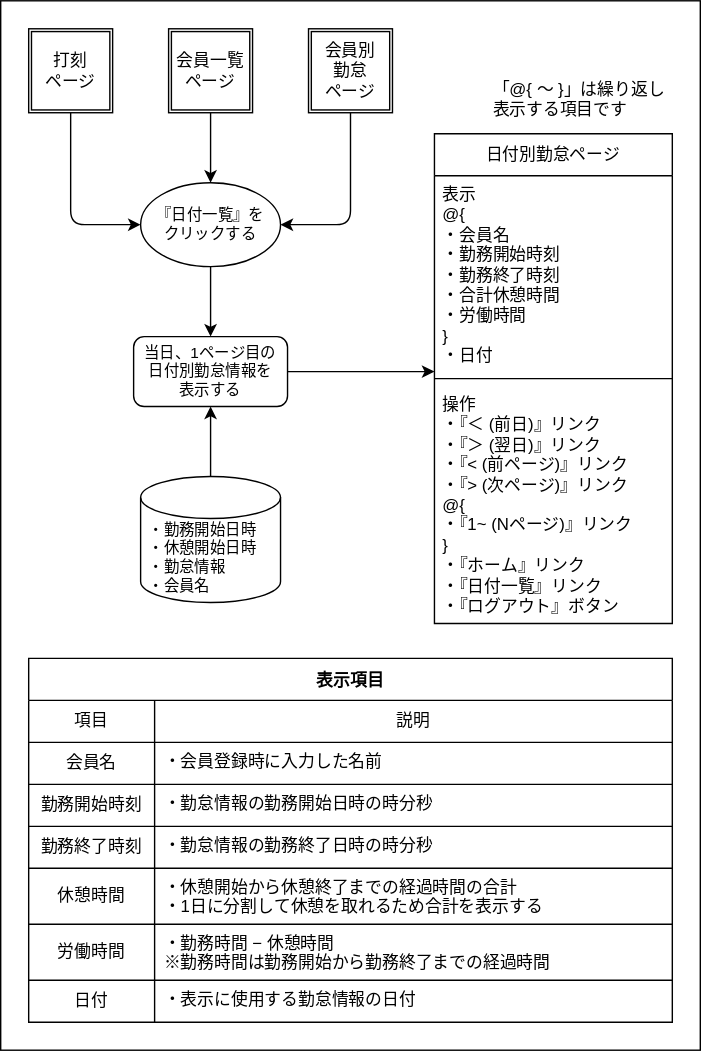
This is doc/画面遷移図/日付別勤怠ページ/日付別勤怠ページ.drawio.svg from ryamao/atte, a draw.io export, as it was before one commit. Source tidied: cells renumbered, new cells last; positions are measured from the earlier drawing's top-left corner, leaving out a move shared by most shapes.
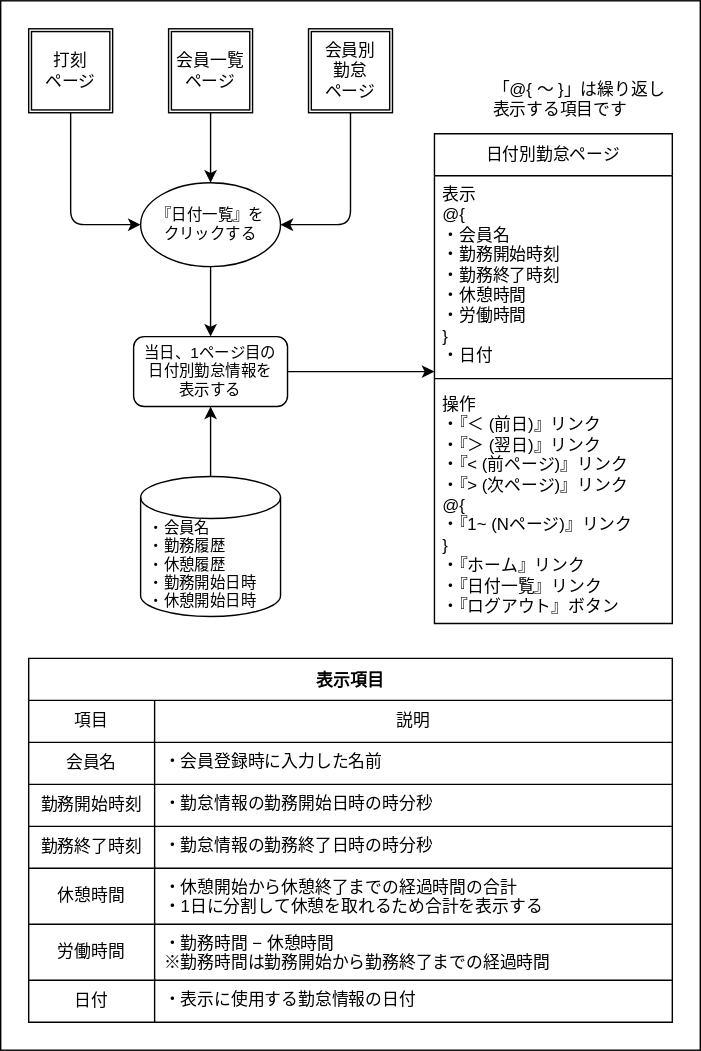
The same diagram one commit later.

The edit, as a diff of the source:
```diff
@@ -11,7 +11,7 @@
     <mxCell id="4" value="日付別勤怠ページ" style="swimlane;fontStyle=0;horizontal=1;startSize=30;whiteSpace=wrap;html=1;" parent="1" vertex="1">
       <mxGeometry x="310" y="95" width="170" height="350" as="geometry" />
     </mxCell>
-    <mxCell id="5" value="表示&lt;br&gt;@{&lt;br&gt;　・会員名&lt;br&gt;　・勤務開始時刻&lt;br&gt;　・勤務終了時刻&lt;br&gt;　・合計休憩時間&lt;br&gt;　・労働時間&lt;br&gt;}&lt;br&gt;・日付" style="text;strokeColor=none;fillColor=none;align=left;verticalAlign=top;spacingLeft=4;spacingRight=4;overflow=hidden;portConstraint=eastwest;whiteSpace=wrap;html=1;" parent="4" vertex="1">
+    <mxCell id="5" value="表示&lt;br&gt;@{&lt;br&gt;　・会員名&lt;br&gt;　・勤務開始時刻&lt;br&gt;　・勤務終了時刻&lt;br&gt;　・休憩時間&lt;br&gt;　・労働時間&lt;br&gt;}&lt;br&gt;・日付" style="text;strokeColor=none;fillColor=none;align=left;verticalAlign=top;spacingLeft=4;spacingRight=4;overflow=hidden;portConstraint=eastwest;whiteSpace=wrap;html=1;" parent="4" vertex="1">
       <mxGeometry y="30" width="170" height="140" as="geometry" />
     </mxCell>
     <mxCell id="6" style="line;strokeWidth=1;html=1;" parent="4" vertex="1">
@@ -92,8 +92,8 @@
     <mxCell id="31" style="edgeStyle=none;html=1;exitX=0.5;exitY=0;exitDx=0;exitDy=0;exitPerimeter=0;fontSize=11;" parent="1" edge="1" source="32" target="34">
       <mxGeometry relative="1" as="geometry" />
     </mxCell>
-    <mxCell id="32" value="・勤務開始日時&lt;br style=&quot;font-size: 11px;&quot;&gt;・休憩開始日時&lt;br style=&quot;font-size: 11px;&quot;&gt;・勤怠情報&lt;br style=&quot;font-size: 11px;&quot;&gt;・会員名" style="shape=cylinder3;html=1;boundedLbl=1;backgroundOutline=1;size=15;align=left;fontSize=11;spacingLeft=4;" parent="1" vertex="1">
-      <mxGeometry x="100" y="340" width="100" height="90" as="geometry" />
+    <mxCell id="32" value="・会員名&lt;br&gt;・勤務履歴&lt;br&gt;・休憩履歴&lt;br&gt;・勤務開始日時&lt;br style=&quot;font-size: 11px;&quot;&gt;・休憩開始日時" style="shape=cylinder3;html=1;boundedLbl=1;backgroundOutline=1;size=15;align=left;fontSize=11;spacingLeft=4;" parent="1" vertex="1">
+      <mxGeometry x="100" y="340" width="100" height="100" as="geometry" />
     </mxCell>
     <mxCell id="33" style="edgeStyle=none;html=1;exitX=1;exitY=0.5;exitDx=0;exitDy=0;fontSize=11;entryX=0;entryY=1;entryDx=0;entryDy=0;" parent="1" edge="1" source="34" target="5">
       <mxGeometry relative="1" as="geometry" />
```
